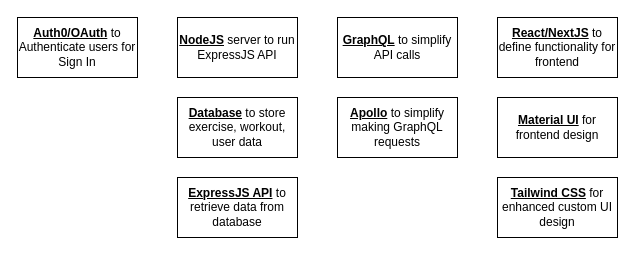
The draw.io diagram app/Hyperstrength-Fitness-Tracker_Design.drawio in ChadwickButts/HyperStrength-Fitness-Tracker, before the edit. Source tidied: cells renumbered, new cells numbered last; positions are measured from the earlier drawing's top-left corner, leaving out a move shared by most shapes. Both pictures are drawn from the tidied source at 100%, with x=0, y=0 at pixel (17, 17).
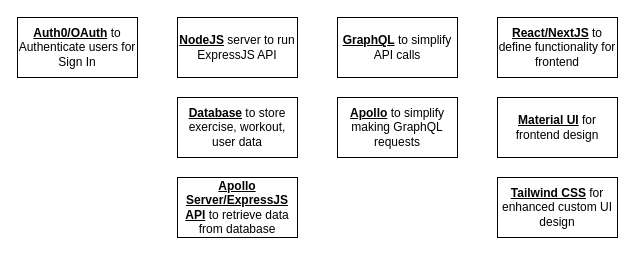
The same diagram, later.

What changed in the source:
```diff
@@
 <mxGraphModel>
   <root>
     <mxCell id="0" />
     <mxCell id="1" parent="0" />
     <mxCell id="2" value="&lt;b&gt;&lt;u&gt;Auth0/OAuth&lt;/u&gt;&lt;/b&gt; to Authenticate users for Sign In" style="rounded=0;whiteSpace=wrap;html=1;fontFamily=Helvetica;" parent="1" vertex="1">
       <mxGeometry width="120" height="60" as="geometry" />
     </mxCell>
     <mxCell id="3" value="&lt;b&gt;&lt;u&gt;NodeJS&lt;/u&gt;&lt;/b&gt; server to run ExpressJS API" style="rounded=0;whiteSpace=wrap;html=1;" parent="1" vertex="1">
       <mxGeometry x="160" width="120" height="60" as="geometry" />
     </mxCell>
     <mxCell id="4" value="&lt;b&gt;&lt;u&gt;Database&lt;/u&gt;&lt;/b&gt; to store exercise, workout, user data" style="rounded=0;whiteSpace=wrap;html=1;" parent="1" vertex="1">
       <mxGeometry x="160" y="80" width="120" height="60" as="geometry" />
     </mxCell>
-    <mxCell id="5" value="&lt;b&gt;&lt;u&gt;ExpressJS API&lt;/u&gt;&lt;/b&gt; to retrieve data from database" style="rounded=0;whiteSpace=wrap;html=1;" parent="1" vertex="1">
+    <mxCell id="5" value="&lt;b&gt;&lt;u&gt;Apollo Server/ExpressJS API&lt;/u&gt;&lt;/b&gt; to retrieve data from database" style="rounded=0;whiteSpace=wrap;html=1;" parent="1" vertex="1">
       <mxGeometry x="160" y="160" width="120" height="60" as="geometry" />
     </mxCell>
     <mxCell id="6" value="&lt;b&gt;&lt;u&gt;GraphQL&lt;/u&gt;&lt;/b&gt; to simplify API calls" style="rounded=0;whiteSpace=wrap;html=1;" parent="1" vertex="1">
       <mxGeometry x="320" width="120" height="60" as="geometry" />
     </mxCell>
     <mxCell id="7" value="&lt;b&gt;&lt;u&gt;React/NextJS&lt;/u&gt;&lt;/b&gt; to define functionality for frontend" style="rounded=0;whiteSpace=wrap;html=1;" parent="1" vertex="1">
       <mxGeometry x="480" width="120" height="60" as="geometry" />
     </mxCell>
     <mxCell id="8" value="&lt;b&gt;&lt;u&gt;Material UI&lt;/u&gt;&lt;/b&gt; for frontend design" style="rounded=0;whiteSpace=wrap;html=1;" parent="1" vertex="1">
       <mxGeometry x="480" y="80" width="120" height="60" as="geometry" />
     </mxCell>
     <mxCell id="9" value="&lt;b&gt;&lt;u&gt;Tailwind CSS&lt;/u&gt;&lt;/b&gt; for enhanced custom UI design" style="rounded=0;whiteSpace=wrap;html=1;" parent="1" vertex="1">
       <mxGeometry x="480" y="160" width="120" height="60" as="geometry" />
     </mxCell>
     <mxCell id="10" value="&lt;b&gt;&lt;u&gt;Apollo&lt;/u&gt;&lt;/b&gt; to simplify making GraphQL requests" style="rounded=0;whiteSpace=wrap;html=1;" parent="1" vertex="1">
       <mxGeometry x="320" y="80" width="120" height="60" as="geometry" />
     </mxCell>
   </root>
 </mxGraphModel>
```
